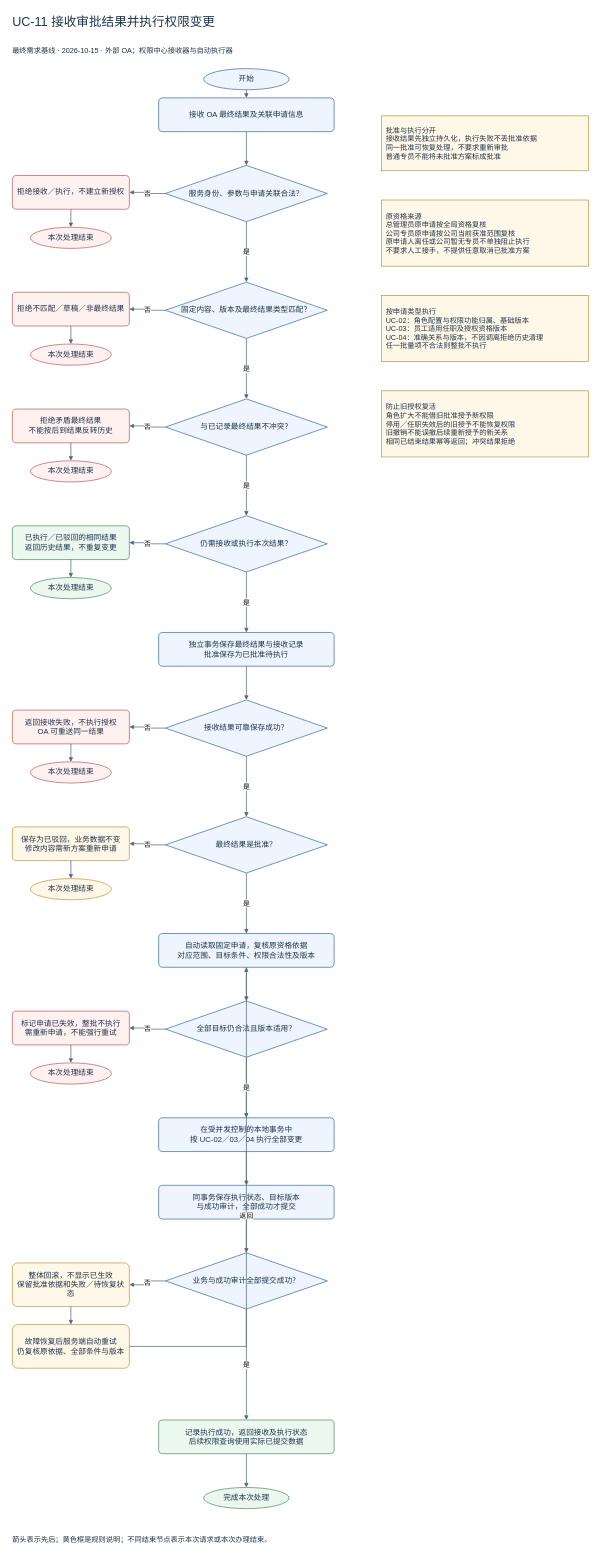
Earlier version of the draw.io diagram docs/按用例分类/UC-11_接收审批结果并执行权限变更/UC-11_接收审批结果并执行权限变更_流程图.drawio (Noah-hope/RBAC-admin). Source tidied: cells renumbered, new cells numbered last; positions are measured from the earlier drawing's top-left corner, leaving out a move shared by most shapes. Both pictures are drawn from the tidied source at 45%, with x=0, y=0 at pixel (8, 8).
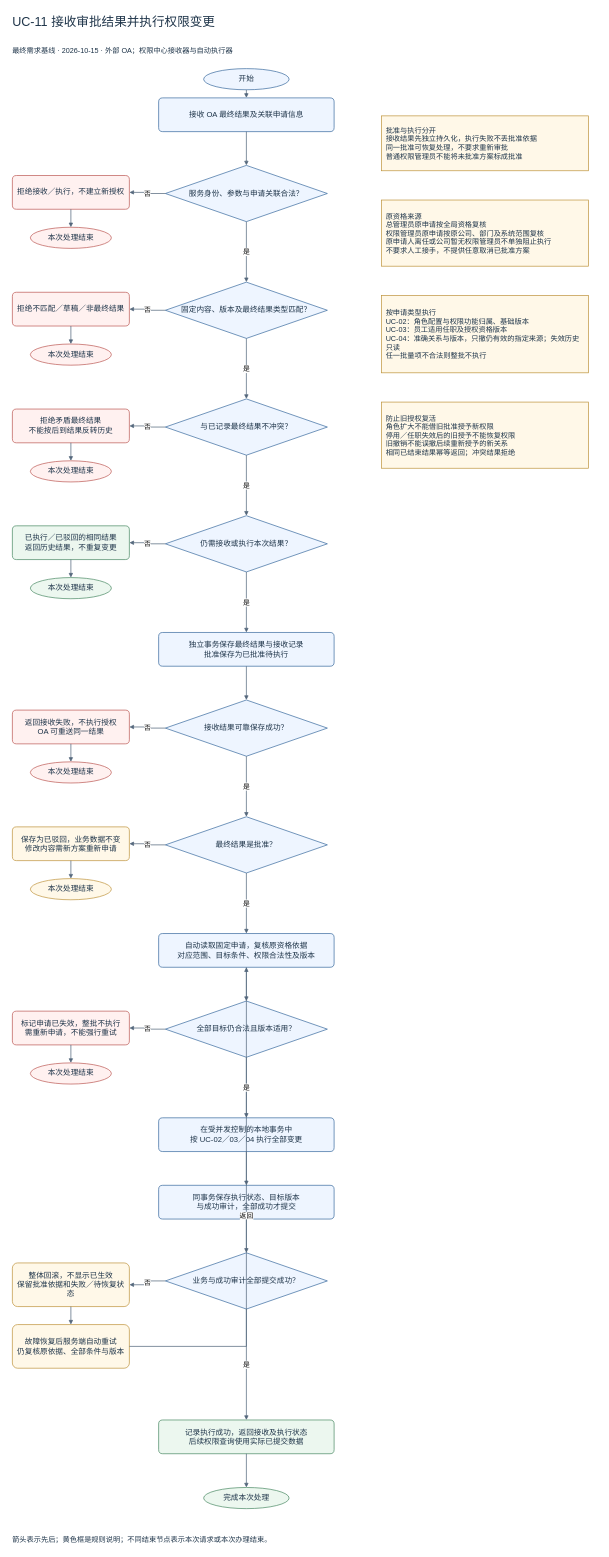
The same diagram, later.

The edit, as a diff of the source:
```diff
@@
-    <mxCell id="36" value="批准与执行分开&lt;br&gt;接收结果先独立持久化，执行失败不丢批准依据&lt;br&gt;同一批准可恢复处理，不要求重新审批&lt;br&gt;普通专员不能将未批准方案标成批准" style="rounded=0;html=1;whiteSpace=wrap;fontFamily=Microsoft YaHei;fontSize=17;fontColor=#1e3449;align=center;verticalAlign=middle;spacing=10;fillColor=#fff8e8;strokeColor=#bc9036;strokeWidth=1.5;align=left;fontSize=16;" parent="1" vertex="1">
+    <mxCell id="36" value="批准与执行分开&lt;br&gt;接收结果先独立持久化，执行失败不丢批准依据&lt;br&gt;同一批准可恢复处理，不要求重新审批&lt;br&gt;普通权限管理员不能将未批准方案标成批准" style="rounded=0;html=1;whiteSpace=wrap;fontFamily=Microsoft YaHei;fontSize=17;fontColor=#1e3449;align=center;verticalAlign=middle;spacing=10;fillColor=#fff8e8;strokeColor=#bc9036;strokeWidth=1.5;align=left;fontSize=16;" parent="1" vertex="1">
       <mxGeometry x="830" y="240" width="460" height="122" as="geometry" />
     </mxCell>
-    <mxCell id="37" value="原资格来源&lt;br&gt;总管理员原申请按全局资格复核&lt;br&gt;公司专员原申请按公司当前获准范围复核&lt;br&gt;原申请人离任或公司暂无专员不单独阻止执行&lt;br&gt;不要求人工接手，不提供任意取消已批准方案" style="rounded=0;html=1;whiteSpace=wrap;fontFamily=Microsoft YaHei;fontSize=17;fontColor=#1e3449;align=center;verticalAlign=middle;spacing=10;fillColor=#fff8e8;strokeColor=#bc9036;strokeWidth=1.5;align=left;fontSize=16;" parent="1" vertex="1">
+    <mxCell id="37" value="原资格来源&lt;br&gt;总管理员原申请按全局资格复核&lt;br&gt;权限管理员原申请按原公司、部门及系统范围复核&lt;br&gt;原申请人离任或公司暂无权限管理员不单独阻止执行&lt;br&gt;不要求人工接手，不提供任意取消已批准方案" style="rounded=0;html=1;whiteSpace=wrap;fontFamily=Microsoft YaHei;fontSize=17;fontColor=#1e3449;align=center;verticalAlign=middle;spacing=10;fillColor=#fff8e8;strokeColor=#bc9036;strokeWidth=1.5;align=left;fontSize=16;" parent="1" vertex="1">
       <mxGeometry x="830" y="427" width="460" height="147" as="geometry" />
     </mxCell>
-    <mxCell id="38" value="按申请类型执行&lt;br&gt;UC-02：角色配置与权限功能归属、基础版本&lt;br&gt;UC-03：员工适用任职及授权资格版本&lt;br&gt;UC-04：准确关系与版本，不因调离拒绝历史清理&lt;br&gt;任一批量项不合法则整批不执行" style="rounded=0;html=1;whiteSpace=wrap;fontFamily=Microsoft YaHei;fontSize=17;fontColor=#1e3449;align=center;verticalAlign=middle;spacing=10;fillColor=#fff8e8;strokeColor=#bc9036;strokeWidth=1.5;align=left;fontSize=16;" parent="1" vertex="1">
-      <mxGeometry x="830" y="639" width="460" height="147" as="geometry" />
+    <mxCell id="38" value="按申请类型执行&lt;br&gt;UC-02：角色配置与权限功能归属、基础版本&lt;br&gt;UC-03：员工适用任职及授权资格版本&lt;br&gt;UC-04：准确关系与版本，只撤仍有效的指定来源；失效历史只读&lt;br&gt;任一批量项不合法则整批不执行" style="rounded=0;html=1;whiteSpace=wrap;fontFamily=Microsoft YaHei;fontSize=17;fontColor=#1e3449;align=center;verticalAlign=middle;spacing=10;fillColor=#fff8e8;strokeColor=#bc9036;strokeWidth=1.5;align=left;fontSize=16;" parent="1" vertex="1">
+      <mxGeometry x="830" y="639" width="460" height="172" as="geometry" />
     </mxCell>
     <mxCell id="39" value="防止旧授权复活&lt;br&gt;角色扩大不能借旧批准授予新权限&lt;br&gt;停用／任职失效后的旧授予不能恢复权限&lt;br&gt;旧撤销不能误撤后续重新授予的新关系&lt;br&gt;相同已结束结果幂等返回；冲突结果拒绝" style="rounded=0;html=1;whiteSpace=wrap;fontFamily=Microsoft YaHei;fontSize=17;fontColor=#1e3449;align=center;verticalAlign=middle;spacing=10;fillColor=#fff8e8;strokeColor=#bc9036;strokeWidth=1.5;align=left;fontSize=16;" parent="1" vertex="1">
-      <mxGeometry x="830" y="851" width="460" height="147" as="geometry" />
+      <mxGeometry x="830" y="876" width="460" height="147" as="geometry" />
     </mxCell>
```
